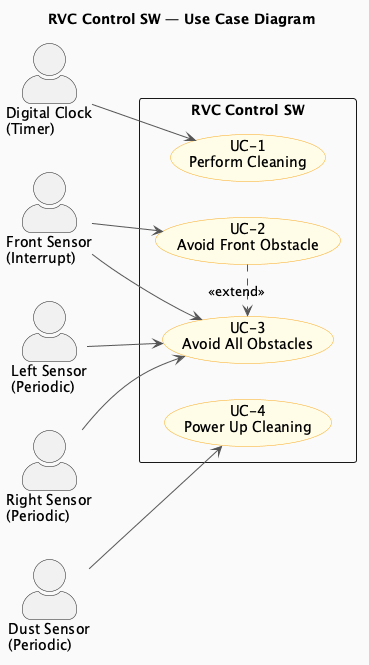
Earlier version of the PlantUML export docs/vibe-coding/01-inception/images/RVC_UseCaseDiagram.png (OOP-konkuk/CICD-Team7).
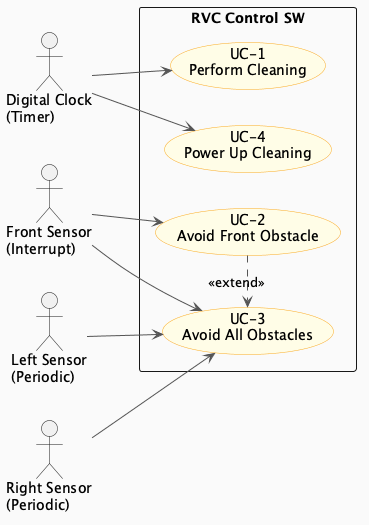
The same file after the commit.

Commit message:
fix(traceability): Fix 2 remaining inconsistencies in UC diagram and SD-2

What changed in the source:
```diff
@@ -1,5 +1,4 @@
 @startuml RVC_UseCaseDiagram
-
 skinparam backgroundColor #FAFAFA
 skinparam usecase {
   BackgroundColor #FFFDE7
@@ -8,16 +7,12 @@
   ActorBackgroundColor #E3F2FD
   ActorBorderColor #1565C0
 }
-skinparam actorStyle awesome
-
 left to right direction
-title RVC Control SW — Use Case Diagram
 
 actor "Digital Clock\n(Timer)" as Clock
 actor "Front Sensor\n(Interrupt)" as FrontSensor
 actor "Left Sensor\n(Periodic)" as LeftSensor
 actor "Right Sensor\n(Periodic)" as RightSensor
-actor "Dust Sensor\n(Periodic)" as DustSensor
 
 rectangle "RVC Control SW" {
   usecase "UC-1\nPerform Cleaning" as UC1
@@ -27,12 +22,11 @@
 }
 
 Clock       --> UC1
+Clock       --> UC4
 FrontSensor --> UC2
 FrontSensor --> UC3
 LeftSensor  --> UC3
 RightSensor --> UC3
-DustSensor  --> UC4
 
 UC2 .> UC3 : <<extend>>
-
 @enduml
```
